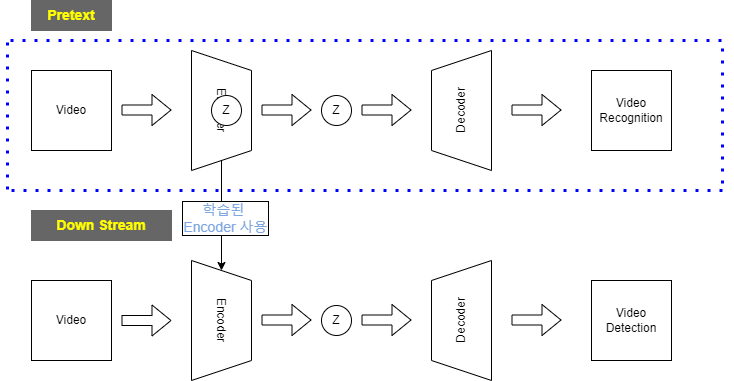
Kyoungrae-Noh/Self-Supervised-Learning keeps this draw.io diagram as 연구주제.drawio.png. Above is the earlier version. Source tidied: cells renumbered, new cells last; positions are measured from the earlier drawing's top-left corner, leaving out a move shared by most shapes.
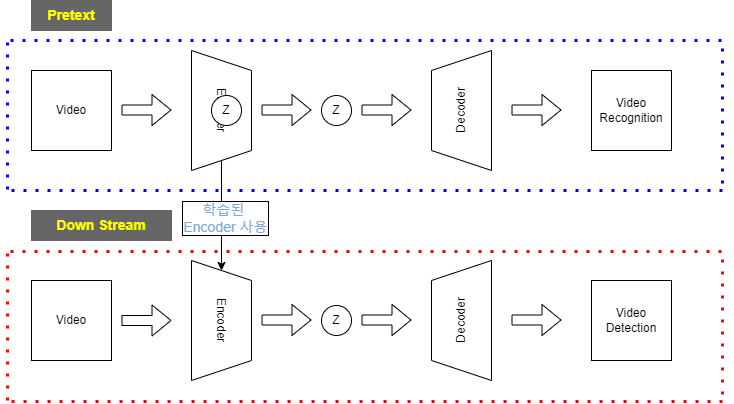
After the change.

Commit message:
연구주제.drawio.png 업데이트

What changed in the source:
```diff
@@ -123,5 +123,29 @@
         <mxPoint y="40" as="targetPoint" />
       </mxGeometry>
     </mxCell>
+    <mxCell id="29" style="endArrow=none;html=1;dashed=1;dashPattern=1 3;fontFamily=Helvetica;fontSize=14;fontColor=#7EA6E0;align=center;strokeColor=#FF0000;strokeWidth=3;fillColor=#FFFFFF;" parent="1" edge="1">
+      <mxGeometry relative="1" as="geometry">
+        <mxPoint x="10" y="401" as="sourcePoint" />
+        <mxPoint x="730" y="401" as="targetPoint" />
+      </mxGeometry>
+    </mxCell>
+    <mxCell id="30" style="endArrow=none;dashed=1;html=1;dashPattern=1 3;strokeWidth=3;rounded=1;fontSize=14;fontColor=#7EA6E0;fillColor=#FFFFFF;strokeColor=#FF0000;" parent="1" edge="1">
+      <mxGeometry relative="1" as="geometry">
+        <mxPoint x="721" y="394" as="sourcePoint" />
+        <mxPoint x="721" y="254" as="targetPoint" />
+      </mxGeometry>
+    </mxCell>
+    <mxCell id="31" style="endArrow=none;dashed=1;html=1;dashPattern=1 3;strokeWidth=3;rounded=1;fontSize=14;fontColor=#7EA6E0;fillColor=#FFFFFF;strokeColor=#FF0000;" parent="1" edge="1">
+      <mxGeometry relative="1" as="geometry">
+        <mxPoint x="720" y="251" as="sourcePoint" />
+        <mxPoint y="251" as="targetPoint" />
+      </mxGeometry>
+    </mxCell>
+    <mxCell id="32" style="endArrow=none;dashed=1;html=1;dashPattern=1 3;strokeWidth=3;rounded=1;fontSize=14;fontColor=#7EA6E0;fillColor=#FFFFFF;strokeColor=#FF0000;" parent="1" edge="1">
+      <mxGeometry relative="1" as="geometry">
+        <mxPoint x="6" y="400" as="sourcePoint" />
+        <mxPoint x="6" y="250" as="targetPoint" />
+      </mxGeometry>
+    </mxCell>
   </root>
 </mxGraphModel>
```
